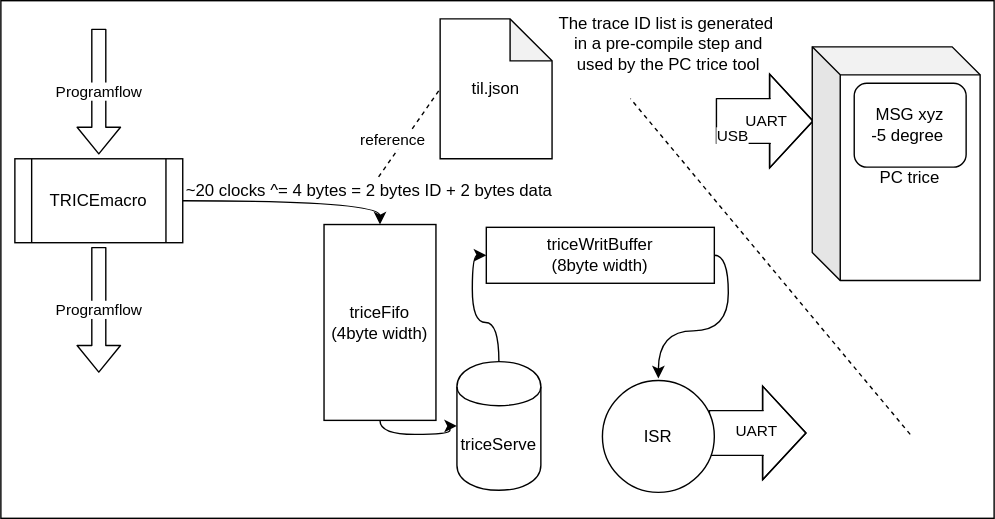
rokath/trice keeps this draw.io diagram as docs/README.media/triceBlockDiagram.svg. Above is the earlier version. Source tidied: cells renumbered, new cells last; positions are measured from the earlier drawing's top-left corner, leaving out a move shared by most shapes.
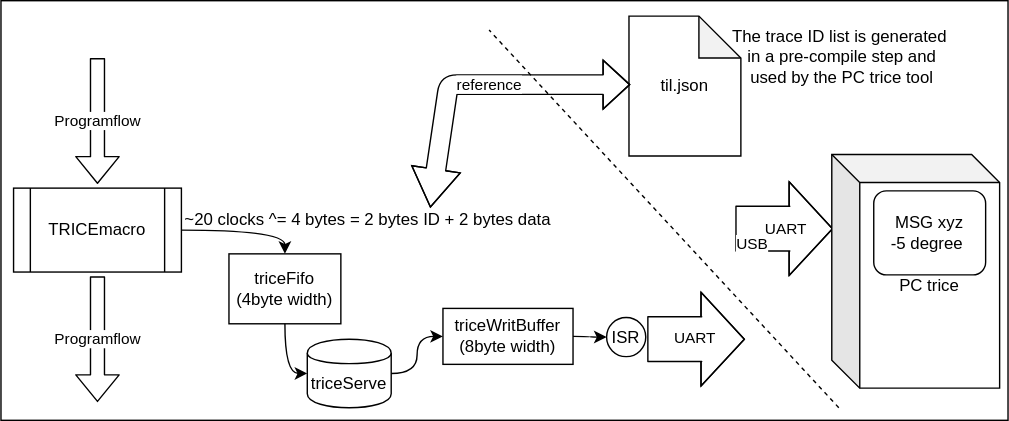
Above is the later version.

Change to the diagram source:
```diff
@@ -3,44 +3,38 @@
     <mxCell id="0" />
     <mxCell id="1" parent="0" />
     <mxCell id="2" style="rounded=0;whiteSpace=wrap;html=1;" parent="1" vertex="1">
-      <mxGeometry width="710" height="370" as="geometry" />
+      <mxGeometry x="-10" y="-10" width="720" height="300" as="geometry" />
     </mxCell>
     <mxCell id="3" value="&lt;span&gt;triceFifo&lt;/span&gt;&lt;br&gt;&lt;span&gt;(4byte width)&lt;/span&gt;" style="rounded=0;whiteSpace=wrap;html=1;" parent="1" vertex="1">
-      <mxGeometry x="231" y="160" width="80" height="140" as="geometry" />
+      <mxGeometry x="153" y="171" width="80" height="50" as="geometry" />
     </mxCell>
     <mxCell id="4" value="&lt;span&gt;triceWritBuffer&lt;/span&gt;&lt;br&gt;&lt;span&gt;(8byte width)&lt;/span&gt;" style="rounded=0;whiteSpace=wrap;html=1;" parent="1" vertex="1">
-      <mxGeometry x="347" y="162" width="163" height="40" as="geometry" />
+      <mxGeometry x="306" y="210" width="93" height="40" as="geometry" />
     </mxCell>
     <mxCell id="5" value="TRICEmacro" style="shape=process;whiteSpace=wrap;html=1;backgroundOutline=1;" parent="1" vertex="1">
-      <mxGeometry x="10" y="113" width="120" height="60" as="geometry" />
+      <mxGeometry x="-1" y="124" width="120" height="60" as="geometry" />
     </mxCell>
     <mxCell id="6" value="Programflow" style="shape=flexArrow;endArrow=classic;html=1;" parent="1" edge="1">
       <mxGeometry relative="1" as="geometry">
-        <mxPoint x="70" y="176" as="sourcePoint" />
-        <mxPoint x="70" y="266" as="targetPoint" />
+        <mxPoint x="59" y="187" as="sourcePoint" />
+        <mxPoint x="59" y="277" as="targetPoint" />
       </mxGeometry>
     </mxCell>
     <mxCell id="7" value="Programflow" style="shape=flexArrow;endArrow=classic;html=1;" parent="1" edge="1">
       <mxGeometry relative="1" as="geometry">
-        <mxPoint x="70" y="20" as="sourcePoint" />
-        <mxPoint x="70" y="110" as="targetPoint" />
+        <mxPoint x="59" y="31" as="sourcePoint" />
+        <mxPoint x="59" y="121" as="targetPoint" />
       </mxGeometry>
     </mxCell>
     <mxCell id="8" value="triceServe" style="shape=cylinder;whiteSpace=wrap;html=1;boundedLbl=1;backgroundOutline=1;" parent="1" vertex="1">
-      <mxGeometry x="326" y="258" width="60" height="92" as="geometry" />
+      <mxGeometry x="209" y="232" width="60" height="49" as="geometry" />
     </mxCell>
-    <mxCell id="9" style="endArrow=classic;html=1;entryX=0;entryY=0.5;entryDx=0;entryDy=0;exitX=0.5;exitY=1;exitDx=0;exitDy=0;edgeStyle=orthogonalEdgeStyle;curved=1;" parent="1" edge="1" source="3" target="8">
-      <mxGeometry relative="1" as="geometry" />
-    </mxCell>
-    <mxCell id="10" style="endArrow=classic;html=1;exitX=0.5;exitY=0;exitDx=0;exitDy=0;entryX=0;entryY=0.5;entryDx=0;entryDy=0;edgeStyle=orthogonalEdgeStyle;curved=1;" parent="1" edge="1" source="8" target="4">
-      <mxGeometry relative="1" as="geometry" />
-    </mxCell>
     <mxCell id="11" style="shape=flexArrow;endArrow=classic;html=1;endWidth=34;endSize=10;width=32;" parent="1" edge="1">
       <mxGeometry relative="1" as="geometry">
-        <mxPoint x="506" y="309" as="sourcePoint" />
-        <mxPoint x="576" y="309" as="targetPoint" />
+        <mxPoint x="452" y="232" as="sourcePoint" />
+        <mxPoint x="522" y="232" as="targetPoint" />
         <Array as="points">
-          <mxPoint x="545" y="309" />
+          <mxPoint x="491" y="232" />
         </Array>
       </mxGeometry>
     </mxCell>
@@ -49,35 +43,27 @@
         <mxPoint x="-12" y="-2.5" as="offset" />
       </mxGeometry>
     </mxCell>
-    <mxCell id="13" style="endArrow=classic;html=1;exitX=1;exitY=0.5;exitDx=0;exitDy=0;edgeStyle=orthogonalEdgeStyle;curved=1;" parent="1" edge="1" source="4">
-      <mxGeometry relative="1" as="geometry">
-        <mxPoint x="470" y="270" as="targetPoint" />
-      </mxGeometry>
-    </mxCell>
     <mxCell id="14" value="ISR" style="ellipse;whiteSpace=wrap;html=1;" parent="1" vertex="1">
-      <mxGeometry x="430" y="271.5" width="80" height="80" as="geometry" />
+      <mxGeometry x="423" y="216.5" width="28" height="28" as="geometry" />
     </mxCell>
     <mxCell id="15" style="endArrow=classic;html=1;exitX=1;exitY=0.5;exitDx=0;exitDy=0;entryX=0.5;entryY=0;entryDx=0;entryDy=0;edgeStyle=orthogonalEdgeStyle;curved=1;" parent="1" edge="1" source="5" target="3">
       <mxGeometry relative="1" as="geometry" />
     </mxCell>
     <mxCell id="16" value="~20 clocks ^= 4 bytes = 2 bytes ID + 2 bytes data" style="text;html=1;align=center;verticalAlign=middle;points=[];" parent="1" vertex="1">
-      <mxGeometry x="123" y="126" width="280" height="20" as="geometry" />
+      <mxGeometry x="112" y="137" width="280" height="20" as="geometry" />
     </mxCell>
     <mxCell id="17" value="til.json" style="shape=note;whiteSpace=wrap;html=1;backgroundOutline=1;darkOpacity=0.05;" parent="1" vertex="1">
-      <mxGeometry x="314" y="13" width="80" height="100" as="geometry" />
+      <mxGeometry x="439" y="1" width="80" height="100" as="geometry" />
     </mxCell>
-    <mxCell id="18" value="reference" style="endArrow=none;dashed=1;html=1;entryX=0;entryY=0.5;entryDx=0;entryDy=0;entryPerimeter=0;" parent="1" edge="1" source="16" target="17">
-      <mxGeometry x="-0.3" y="7" relative="1" as="geometry" />
-    </mxCell>
     <mxCell id="19" value="The trace ID list is generated&amp;nbsp; in a pre-compile step and used by the PC trice tool" style="text;html=1;strokeColor=none;fillColor=none;align=center;verticalAlign=middle;whiteSpace=wrap;rounded=0;rotation=0;" parent="1" vertex="1">
-      <mxGeometry x="395" y="2" width="165" height="57" as="geometry" />
+      <mxGeometry x="509" y="1" width="165" height="57" as="geometry" />
     </mxCell>
     <mxCell id="20" style="shape=flexArrow;endArrow=classic;html=1;endWidth=34;endSize=10;width=32;" parent="1" edge="1">
       <mxGeometry relative="1" as="geometry">
-        <mxPoint x="511" y="86" as="sourcePoint" />
-        <mxPoint x="581" y="86" as="targetPoint" />
+        <mxPoint x="515" y="153" as="sourcePoint" />
+        <mxPoint x="585" y="153" as="targetPoint" />
         <Array as="points">
-          <mxPoint x="550" y="86" />
+          <mxPoint x="554" y="153" />
         </Array>
       </mxGeometry>
     </mxCell>
@@ -92,16 +78,35 @@
       </mxGeometry>
     </mxCell>
     <mxCell id="23" value="PC trice" style="shape=cube;whiteSpace=wrap;html=1;boundedLbl=1;backgroundOutline=1;darkOpacity=0.05;darkOpacity2=0.1;" parent="1" vertex="1">
-      <mxGeometry x="580" y="33" width="120" height="167" as="geometry" />
+      <mxGeometry x="584" y="100" width="120" height="167" as="geometry" />
     </mxCell>
     <mxCell id="24" style="endArrow=none;dashed=1;html=1;" parent="1" edge="1">
       <mxGeometry relative="1" as="geometry">
-        <mxPoint x="650" y="310" as="sourcePoint" />
-        <mxPoint x="450" y="70" as="targetPoint" />
+        <mxPoint x="589" y="281" as="sourcePoint" />
+        <mxPoint x="339" y="11" as="targetPoint" />
       </mxGeometry>
     </mxCell>
     <mxCell id="25" value="MSG xyz&lt;br&gt;-5 degree&amp;nbsp;" style="rounded=1;whiteSpace=wrap;html=1;" parent="1" vertex="1">
-      <mxGeometry x="610" y="59" width="80" height="60" as="geometry" />
+      <mxGeometry x="614" y="126" width="80" height="60" as="geometry" />
     </mxCell>
+    <mxCell id="18" value="reference" style="shape=flexArrow;endArrow=classic;startArrow=classic;html=1;entryX=0;entryY=0.5;entryDx=0;entryDy=0;entryPerimeter=0;exitX=0.657;exitY=0.1;exitDx=0;exitDy=0;exitPerimeter=0;width=14;startSize=8.75;" parent="1" edge="1">
+      <mxGeometry x="-0.19" y="-29" relative="1" as="geometry">
+        <mxPoint x="297" y="138" as="sourcePoint" />
+        <mxPoint x="440" y="50" as="targetPoint" />
+        <Array as="points">
+          <mxPoint x="310" y="50" />
+        </Array>
+        <mxPoint x="29" y="-29" as="offset" />
+      </mxGeometry>
+    </mxCell>
+    <mxCell id="9" style="endArrow=classic;html=1;exitX=0.5;exitY=1;exitDx=0;exitDy=0;entryX=0;entryY=0.5;entryDx=0;entryDy=0;edgeStyle=orthogonalEdgeStyle;curved=1;" parent="1" edge="1" source="3" target="8">
+      <mxGeometry relative="1" as="geometry" />
+    </mxCell>
+    <mxCell id="26" style="endArrow=classic;html=1;exitX=1;exitY=0.5;exitDx=0;exitDy=0;entryX=0;entryY=0.5;entryDx=0;entryDy=0;edgeStyle=orthogonalEdgeStyle;curved=1;" parent="1" edge="1" source="4" target="14">
+      <mxGeometry relative="1" as="geometry" />
+    </mxCell>
+    <mxCell id="10" style="endArrow=classic;html=1;exitX=1;exitY=0.5;exitDx=0;exitDy=0;entryX=0;entryY=0.5;entryDx=0;entryDy=0;edgeStyle=orthogonalEdgeStyle;curved=1;" parent="1" edge="1" source="8" target="4">
+      <mxGeometry relative="1" as="geometry" />
+    </mxCell>
   </root>
 </mxGraphModel>
```
